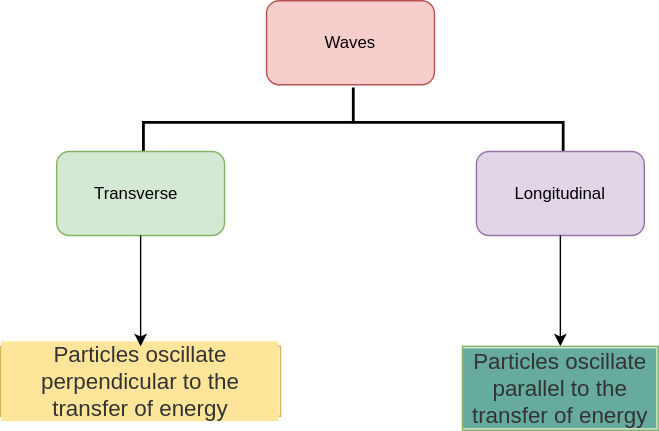
Earlier version of the draw.io export images/svg/transverse-vs-longitudinal-waves.svg (psharma04/schoolnotes-cdn). Source tidied: cells renumbered, new cells last; positions are measured from the earlier drawing's top-left corner, leaving out a move shared by most shapes.
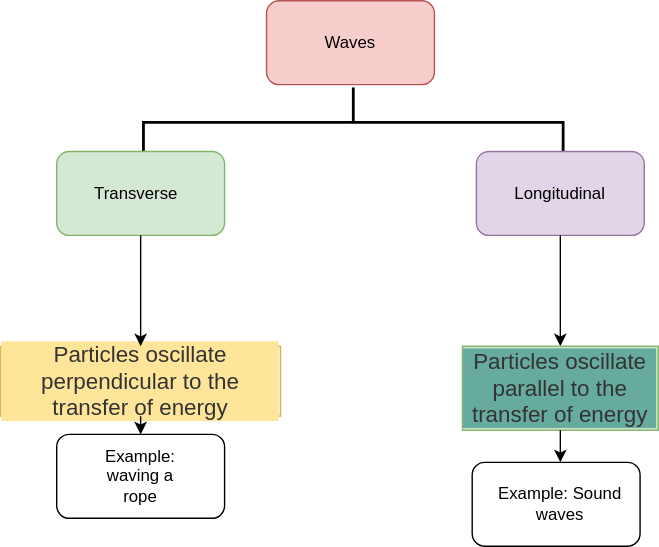
The same file after the commit.

Commit message:
perpendicular and transverse diagram

What changed in the source:
```diff
@@ -35,5 +35,25 @@
     <mxCell id="12" value="&lt;span style=&quot;color: rgb(51, 51, 51); font-size: 16px; text-align: left;&quot;&gt;Particles oscillate parallel to the transfer of energy&lt;/span&gt;" style="text;html=1;strokeColor=#82b366;fillColor=#d5e8d4;align=center;verticalAlign=middle;whiteSpace=wrap;rounded=0;labelBackgroundColor=#67AB9F;labelBorderColor=none;" parent="1" vertex="1">
       <mxGeometry x="330" y="310" width="140" height="60" as="geometry" />
     </mxCell>
+    <mxCell id="13" style="endArrow=classic;html=1;exitX=0.5;exitY=1;exitDx=0;exitDy=0;" parent="1" edge="1" source="9" target="14">
+      <mxGeometry relative="1" as="geometry" />
+    </mxCell>
+    <mxCell id="14" style="rounded=1;whiteSpace=wrap;html=1;" parent="1" vertex="1">
+      <mxGeometry x="40" y="373" width="120" height="60" as="geometry" />
+    </mxCell>
+    <mxCell id="15" value="Example: waving a rope" style="text;html=1;strokeColor=none;fillColor=none;align=center;verticalAlign=middle;whiteSpace=wrap;rounded=0;" parent="1" vertex="1">
+      <mxGeometry x="80" y="393" width="40" height="20" as="geometry" />
+    </mxCell>
+    <mxCell id="16" style="endArrow=classic;html=1;exitX=0.5;exitY=1;exitDx=0;exitDy=0;" parent="1" edge="1" source="12">
+      <mxGeometry relative="1" as="geometry">
+        <mxPoint x="400" y="393" as="targetPoint" />
+      </mxGeometry>
+    </mxCell>
+    <mxCell id="17" style="rounded=1;whiteSpace=wrap;html=1;" parent="1" vertex="1">
+      <mxGeometry x="337" y="393" width="120" height="60" as="geometry" />
+    </mxCell>
+    <mxCell id="18" value="Example: Sound waves" style="text;html=1;strokeColor=none;fillColor=none;align=center;verticalAlign=middle;whiteSpace=wrap;rounded=0;" parent="1" vertex="1">
+      <mxGeometry x="350" y="403" width="100" height="40" as="geometry" />
+    </mxCell>
   </root>
 </mxGraphModel>
```
